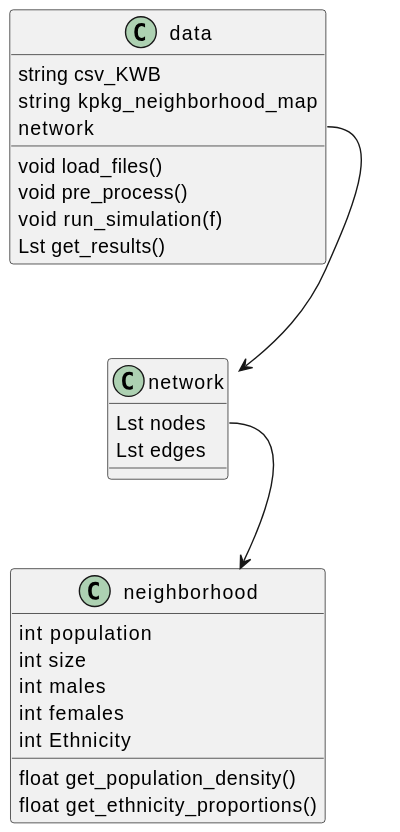
The PlantUML diagram Project-Overview/UML/UML/classes/class UML.svg in Tobias0107/STDAP, before a commit.
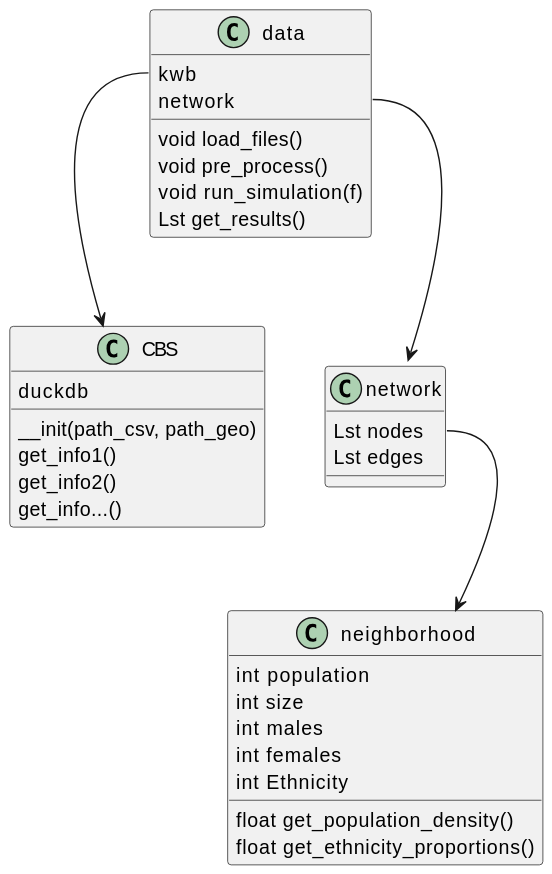
Later version of the same file.

Change to the diagram source:
```diff
@@ -1,12 +1,19 @@
 @startuml
 class data {
-    string csv_KWB
-    string kpkg_neighborhood_map
+    kwb
     network
     void load_files()
     void pre_process()
     void run_simulation(f)
     Lst get_results()
+}
+
+class CBS {
+    duckdb
+    __init(path_csv, path_geo)
+    get_info1()
+    get_info2()
+    get_info...()
 }
 
 class network {
@@ -24,7 +31,8 @@
     float get_ethnicity_proportions()
 }
 
+data::network --> network
+data::kwb --> CBS
 
-data::network --> network
 network::nodes --> neighborhood
 @enduml
```
